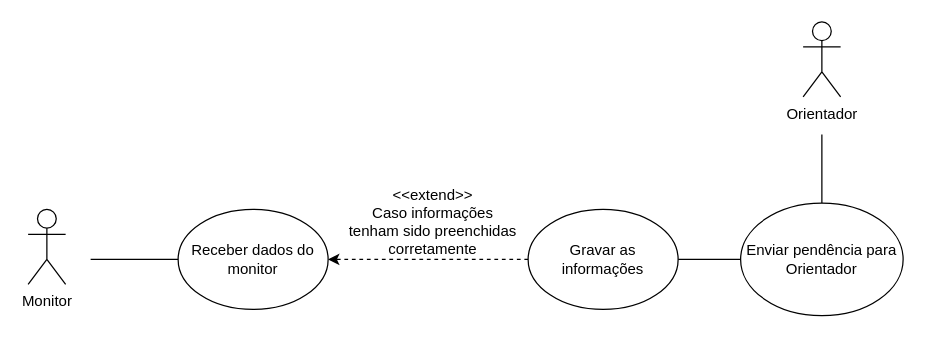
guilherme9718/monitoria-rapida keeps this draw.io diagram as Diagramas/UC03.drawio. Above is the earlier version. Source tidied: cells renumbered, new cells numbered last; positions are measured from the earlier drawing's top-left corner, leaving out a move shared by most shapes. Both pictures are drawn from the tidied source at 125%, with x=0, y=0 at pixel (28, 21).
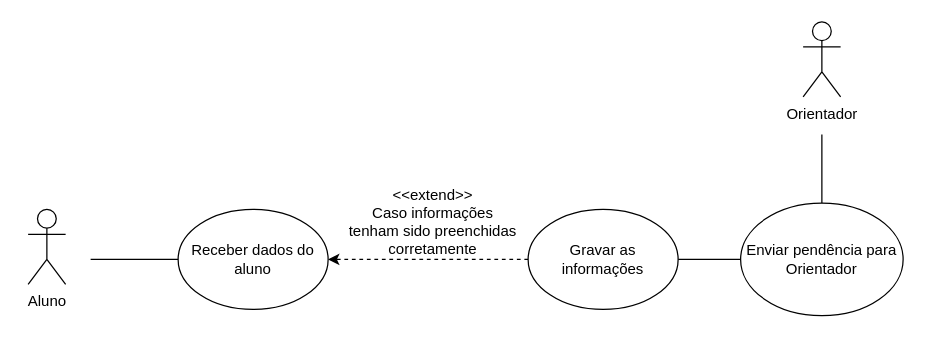
The same page after the edit.

The edit, as a diff of the source:
```diff
@@
 <mxGraphModel>
   <root>
     <mxCell id="0" />
     <mxCell id="1" parent="0" />
-    <mxCell id="2" value="Monitor&lt;br&gt;" style="shape=umlActor;verticalLabelPosition=bottom;verticalAlign=top;html=1;fontFamily=Helvetica;" parent="1" vertex="1">
+    <mxCell id="2" value="Aluno" style="shape=umlActor;verticalLabelPosition=bottom;verticalAlign=top;html=1;fontFamily=Helvetica;" parent="1" vertex="1">
       <mxGeometry y="150" width="30" height="60" as="geometry" />
     </mxCell>
     <mxCell id="3" value="Orientador&lt;br&gt;" style="shape=umlActor;verticalLabelPosition=bottom;verticalAlign=top;html=1;" parent="1" vertex="1">
       <mxGeometry x="620" width="30" height="60" as="geometry" />
     </mxCell>
-    <mxCell id="4" value="Receber dados do monitor" style="ellipse;whiteSpace=wrap;html=1;" parent="1" vertex="1">
+    <mxCell id="4" value="Receber dados do aluno" style="ellipse;whiteSpace=wrap;html=1;" parent="1" vertex="1">
       <mxGeometry x="120" y="150" width="120" height="80" as="geometry" />
     </mxCell>
     <mxCell id="5" style="endArrow=none;html=1;exitX=0;exitY=0.5;exitDx=0;exitDy=0;" parent="1" edge="1" source="4">
       <mxGeometry relative="1" as="geometry">
         <mxPoint x="50" y="190" as="targetPoint" />
       </mxGeometry>
     </mxCell>
     <mxCell id="6" style="edgeStyle=orthogonalEdgeStyle;rounded=0;jettySize=auto;html=1;exitX=0;exitY=0.5;exitDx=0;exitDy=0;entryX=1;entryY=0.5;entryDx=0;entryDy=0;dashed=1;" parent="1" edge="1" source="8" target="4">
       <mxGeometry relative="1" as="geometry" />
     </mxCell>
     <mxCell id="7" style="edgeStyle=orthogonalEdgeStyle;rounded=0;jettySize=auto;html=1;exitX=1;exitY=0.5;exitDx=0;exitDy=0;entryX=0;entryY=0.5;entryDx=0;entryDy=0;endArrow=none;endFill=0;" parent="1" edge="1" source="8" target="10">
       <mxGeometry relative="1" as="geometry" />
     </mxCell>
     <mxCell id="8" value="Gravar as informações" style="ellipse;whiteSpace=wrap;html=1;" parent="1" vertex="1">
       <mxGeometry x="400" y="150" width="120" height="80" as="geometry" />
     </mxCell>
     <mxCell id="9" style="edgeStyle=orthogonalEdgeStyle;rounded=0;jettySize=auto;html=1;exitX=0.5;exitY=0;exitDx=0;exitDy=0;endArrow=none;endFill=0;" parent="1" edge="1" source="10">
       <mxGeometry relative="1" as="geometry">
         <mxPoint x="635" y="90" as="targetPoint" />
       </mxGeometry>
     </mxCell>
     <mxCell id="10" value="Enviar pendência para Orientador" style="ellipse;whiteSpace=wrap;html=1;" parent="1" vertex="1">
       <mxGeometry x="570" y="145" width="130" height="90" as="geometry" />
     </mxCell>
     <mxCell id="11" value="&amp;lt;&amp;lt;extend&amp;gt;&amp;gt;&lt;br&gt;Caso informações tenham sido preenchidas corretamente" style="text;html=1;strokeColor=none;fillColor=none;align=center;verticalAlign=middle;whiteSpace=wrap;rounded=0;" parent="1" vertex="1">
       <mxGeometry x="253.5" y="150" width="140" height="20" as="geometry" />
     </mxCell>
   </root>
 </mxGraphModel>
```
